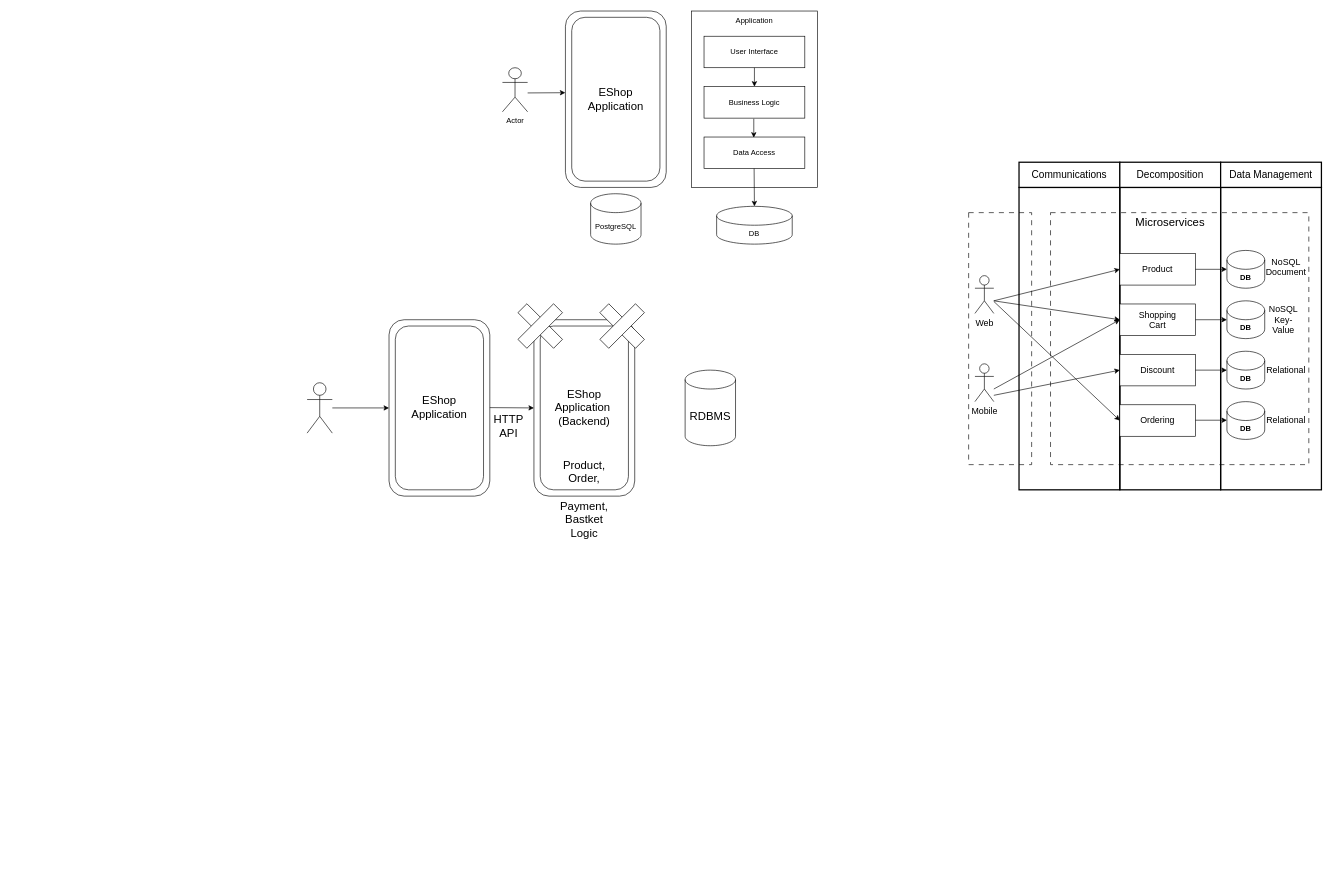
Before: Microservices.drawio in tyk1hc/drawio, a draw.io diagram. Source tidied: cells renumbered, new cells numbered last; positions are measured from the earlier drawing's top-left corner, leaving out a move shared by most shapes. Both pictures are drawn from the tidied source at 63%, with x=0, y=0 at pixel (307, 11).
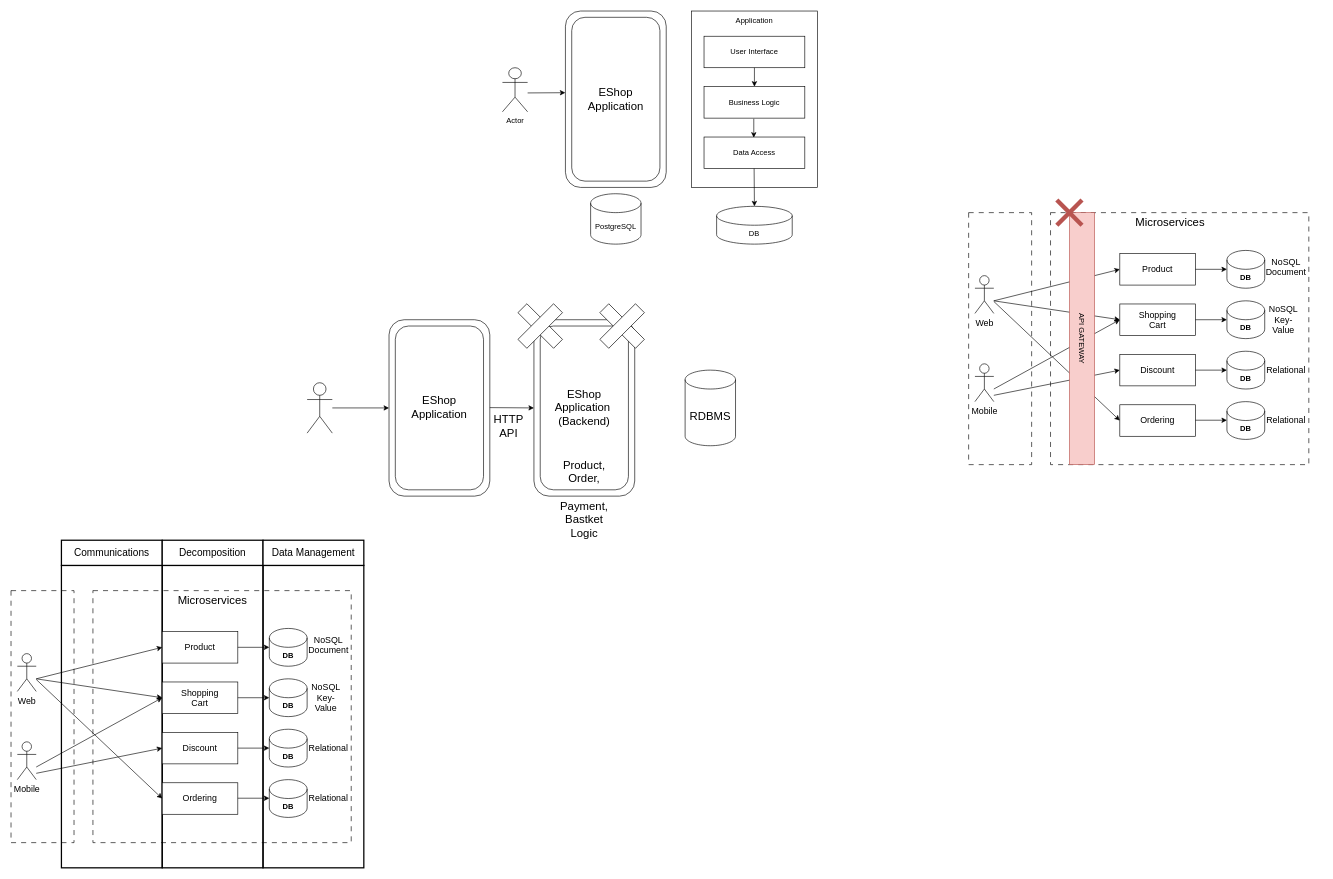
Above is the later version.

Diff of the diagram source:
```diff
@@
-    <mxCell id="30" style="rounded=0;whiteSpace=wrap;html=1;strokeWidth=2;fillColor=none;" parent="1" vertex="1">
-      <mxGeometry x="1130" y="280" width="160" height="480" as="geometry" />
-    </mxCell>
-    <mxCell id="31" style="rounded=0;whiteSpace=wrap;html=1;strokeWidth=2;fillColor=none;" parent="1" vertex="1">
-      <mxGeometry x="1290" y="280" width="160" height="480" as="geometry" />
-    </mxCell>
-    <mxCell id="32" style="rounded=0;whiteSpace=wrap;html=1;strokeWidth=2;fillColor=none;" parent="1" vertex="1">
-      <mxGeometry x="1450" y="280" width="160" height="480" as="geometry" />
-    </mxCell>
-    <mxCell id="33" value="&lt;font style=&quot;font-size: 16px;&quot;&gt;Communications&lt;/font&gt;" style="rounded=0;whiteSpace=wrap;html=1;strokeWidth=2;" parent="1" vertex="1">
-      <mxGeometry x="1130" y="240" width="160" height="40" as="geometry" />
-    </mxCell>
-    <mxCell id="34" value="&lt;font style=&quot;font-size: 16px;&quot;&gt;Decomposition&lt;/font&gt;" style="rounded=0;whiteSpace=wrap;html=1;strokeWidth=2;" parent="1" vertex="1">
-      <mxGeometry x="1290" y="240" width="160" height="40" as="geometry" />
-    </mxCell>
-    <mxCell id="35" value="&lt;font style=&quot;font-size: 16px;&quot;&gt;Data Management&lt;/font&gt;" style="rounded=0;whiteSpace=wrap;html=1;strokeWidth=2;" parent="1" vertex="1">
-      <mxGeometry x="1450" y="240" width="160" height="40" as="geometry" />
-    </mxCell>
@@
+    <mxCell id="62" style="rounded=0;whiteSpace=wrap;html=1;strokeWidth=2;fillColor=none;" parent="1" vertex="1">
+      <mxGeometry x="-390" y="880" width="160" height="480" as="geometry" />
+    </mxCell>
+    <mxCell id="63" style="rounded=0;whiteSpace=wrap;html=1;strokeWidth=2;fillColor=none;" parent="1" vertex="1">
+      <mxGeometry x="-230" y="880" width="160" height="480" as="geometry" />
+    </mxCell>
+    <mxCell id="64" style="rounded=0;whiteSpace=wrap;html=1;strokeWidth=2;fillColor=none;" parent="1" vertex="1">
+      <mxGeometry x="-70" y="880" width="160" height="480" as="geometry" />
+    </mxCell>
+    <mxCell id="33" value="&lt;font style=&quot;font-size: 16px;&quot;&gt;Communications&lt;/font&gt;" style="rounded=0;whiteSpace=wrap;html=1;strokeWidth=2;" parent="1" vertex="1">
+      <mxGeometry x="-390" y="840" width="160" height="40" as="geometry" />
+    </mxCell>
+    <mxCell id="34" value="&lt;font style=&quot;font-size: 16px;&quot;&gt;Decomposition&lt;/font&gt;" style="rounded=0;whiteSpace=wrap;html=1;strokeWidth=2;" parent="1" vertex="1">
+      <mxGeometry x="-230" y="840" width="160" height="40" as="geometry" />
+    </mxCell>
+    <mxCell id="35" value="&lt;font style=&quot;font-size: 16px;&quot;&gt;Data Management&lt;/font&gt;" style="rounded=0;whiteSpace=wrap;html=1;strokeWidth=2;" parent="1" vertex="1">
+      <mxGeometry x="-70" y="840" width="160" height="40" as="geometry" />
+    </mxCell>
+    <mxCell id="65" style="rounded=0;whiteSpace=wrap;html=1;fillColor=none;dashed=1;dashPattern=8 8;" parent="1" vertex="1">
+      <mxGeometry x="-470" y="920" width="100" height="400" as="geometry" />
+    </mxCell>
+    <mxCell id="66" value="&lt;font style=&quot;font-size: 14px;&quot;&gt;Web&lt;/font&gt;" style="shape=umlActor;verticalLabelPosition=bottom;verticalAlign=top;html=1;" parent="1" vertex="1">
+      <mxGeometry x="-460" y="1020" width="30" height="60" as="geometry" />
+    </mxCell>
+    <mxCell id="67" value="&lt;font style=&quot;font-size: 14px;&quot;&gt;Mobile&lt;/font&gt;" style="shape=umlActor;verticalLabelPosition=bottom;verticalAlign=top;html=1;" parent="1" vertex="1">
+      <mxGeometry x="-460" y="1160" width="30" height="60" as="geometry" />
+    </mxCell>
+    <mxCell id="68" style="rounded=0;whiteSpace=wrap;html=1;fillColor=none;dashed=1;dashPattern=8 8;strokeWidth=1;" parent="1" vertex="1">
+      <mxGeometry x="-340" y="920" width="410" height="400" as="geometry" />
+    </mxCell>
+    <mxCell id="69" value="&lt;font style=&quot;font-size: 18px;&quot;&gt;Microservices&lt;/font&gt;" style="text;html=1;whiteSpace=wrap;strokeColor=none;fillColor=none;align=center;verticalAlign=middle;rounded=0;" parent="1" vertex="1">
+      <mxGeometry x="-230" y="920" width="160" height="30" as="geometry" />
+    </mxCell>
+    <mxCell id="70" value="&lt;font style=&quot;font-size: 14px;&quot;&gt;Product&lt;/font&gt;" style="rounded=0;whiteSpace=wrap;html=1;" parent="1" vertex="1">
+      <mxGeometry x="-230" y="985" width="120" height="50" as="geometry" />
+    </mxCell>
+    <mxCell id="71" value="&lt;div&gt;&lt;font style=&quot;font-size: 14px;&quot;&gt;Shopping&lt;/font&gt;&lt;/div&gt;&lt;div&gt;&lt;font style=&quot;font-size: 14px;&quot;&gt;Cart&lt;/font&gt;&lt;/div&gt;" style="rounded=0;whiteSpace=wrap;html=1;" parent="1" vertex="1">
+      <mxGeometry x="-230" y="1065" width="120" height="50" as="geometry" />
+    </mxCell>
+    <mxCell id="72" value="&lt;font style=&quot;font-size: 14px;&quot;&gt;Discount&lt;/font&gt;" style="rounded=0;whiteSpace=wrap;html=1;" parent="1" vertex="1">
+      <mxGeometry x="-230" y="1145" width="120" height="50" as="geometry" />
+    </mxCell>
+    <mxCell id="73" value="&lt;font style=&quot;font-size: 14px;&quot;&gt;Ordering&lt;/font&gt;" style="rounded=0;whiteSpace=wrap;html=1;" parent="1" vertex="1">
+      <mxGeometry x="-230" y="1225" width="120" height="50" as="geometry" />
+    </mxCell>
+    <mxCell id="74" value="&lt;b&gt;DB&lt;/b&gt;" style="shape=cylinder3;whiteSpace=wrap;html=1;boundedLbl=1;backgroundOutline=1;size=15;" parent="1" vertex="1">
+      <mxGeometry x="-60" y="980" width="60" height="60" as="geometry" />
+    </mxCell>
+    <mxCell id="75" value="&lt;b&gt;DB&lt;/b&gt;" style="shape=cylinder3;whiteSpace=wrap;html=1;boundedLbl=1;backgroundOutline=1;size=15;" parent="1" vertex="1">
+      <mxGeometry x="-60" y="1060" width="60" height="60" as="geometry" />
+    </mxCell>
+    <mxCell id="76" value="&lt;b&gt;DB&lt;/b&gt;" style="shape=cylinder3;whiteSpace=wrap;html=1;boundedLbl=1;backgroundOutline=1;size=15;" parent="1" vertex="1">
+      <mxGeometry x="-60" y="1140" width="60" height="60" as="geometry" />
+    </mxCell>
+    <mxCell id="77" value="&lt;b&gt;DB&lt;/b&gt;" style="shape=cylinder3;whiteSpace=wrap;html=1;boundedLbl=1;backgroundOutline=1;size=15;" parent="1" vertex="1">
+      <mxGeometry x="-60" y="1220" width="60" height="60" as="geometry" />
+    </mxCell>
+    <mxCell id="78" value="&lt;div&gt;&lt;font style=&quot;font-size: 14px;&quot;&gt;NoSQL&lt;/font&gt;&lt;/div&gt;&lt;div&gt;&lt;font style=&quot;font-size: 14px;&quot;&gt;Document&lt;/font&gt;&lt;/div&gt;" style="text;html=1;whiteSpace=wrap;strokeColor=none;fillColor=none;align=center;verticalAlign=middle;rounded=0;" parent="1" vertex="1">
+      <mxGeometry x="4" y="991" width="60" height="30" as="geometry" />
+    </mxCell>
+    <mxCell id="79" value="&lt;div&gt;&lt;font style=&quot;font-size: 14px;&quot;&gt;NoSQL&lt;/font&gt;&lt;/div&gt;&lt;div&gt;&lt;font style=&quot;font-size: 14px;&quot;&gt;Key-Value&lt;/font&gt;&lt;/div&gt;" style="text;html=1;whiteSpace=wrap;strokeColor=none;fillColor=none;align=center;verticalAlign=middle;rounded=0;" parent="1" vertex="1">
+      <mxGeometry y="1075" width="60" height="30" as="geometry" />
+    </mxCell>
+    <mxCell id="80" value="&lt;font style=&quot;font-size: 14px;&quot;&gt;Relational&lt;/font&gt;" style="text;html=1;whiteSpace=wrap;strokeColor=none;fillColor=none;align=center;verticalAlign=middle;rounded=0;" parent="1" vertex="1">
+      <mxGeometry x="4" y="1155" width="60" height="30" as="geometry" />
+    </mxCell>
+    <mxCell id="81" value="&lt;font style=&quot;font-size: 14px;&quot;&gt;Relational&lt;/font&gt;" style="text;html=1;whiteSpace=wrap;strokeColor=none;fillColor=none;align=center;verticalAlign=middle;rounded=0;" parent="1" vertex="1">
+      <mxGeometry x="4" y="1235" width="60" height="30" as="geometry" />
+    </mxCell>
+    <mxCell id="82" style="endArrow=classic;html=1;rounded=0;entryX=0;entryY=0.5;entryDx=0;entryDy=0;" parent="1" edge="1" target="70">
+      <mxGeometry relative="1" as="geometry">
+        <mxPoint x="-430" y="1060" as="sourcePoint" />
+      </mxGeometry>
+    </mxCell>
+    <mxCell id="83" style="endArrow=classic;html=1;rounded=0;entryX=0;entryY=0.5;entryDx=0;entryDy=0;" parent="1" edge="1" target="71">
+      <mxGeometry relative="1" as="geometry">
+        <mxPoint x="-430" y="1060" as="sourcePoint" />
+      </mxGeometry>
+    </mxCell>
+    <mxCell id="84" style="endArrow=classic;html=1;rounded=0;entryX=0;entryY=0.5;entryDx=0;entryDy=0;" parent="1" edge="1" target="71">
+      <mxGeometry relative="1" as="geometry">
+        <mxPoint x="-430" y="1200" as="sourcePoint" />
+      </mxGeometry>
+    </mxCell>
+    <mxCell id="85" style="endArrow=classic;html=1;rounded=0;entryX=0;entryY=0.5;entryDx=0;entryDy=0;" parent="1" edge="1" target="72">
+      <mxGeometry relative="1" as="geometry">
+        <mxPoint x="-430" y="1210" as="sourcePoint" />
+      </mxGeometry>
+    </mxCell>
+    <mxCell id="86" style="endArrow=classic;html=1;rounded=0;entryX=0;entryY=0.5;entryDx=0;entryDy=0;" parent="1" edge="1" target="73">
+      <mxGeometry relative="1" as="geometry">
+        <mxPoint x="-430" y="1061" as="sourcePoint" />
+      </mxGeometry>
+    </mxCell>
+    <mxCell id="87" style="endArrow=classic;html=1;rounded=0;entryX=0;entryY=0.5;entryDx=0;entryDy=0;entryPerimeter=0;" parent="1" edge="1" target="74">
+      <mxGeometry relative="1" as="geometry">
+        <mxPoint x="-110" y="1010" as="sourcePoint" />
+      </mxGeometry>
+    </mxCell>
+    <mxCell id="88" style="endArrow=classic;html=1;rounded=0;entryX=0;entryY=0.5;entryDx=0;entryDy=0;entryPerimeter=0;" parent="1" edge="1">
+      <mxGeometry relative="1" as="geometry">
+        <mxPoint x="-110" y="1090" as="sourcePoint" />
+        <mxPoint x="-60" y="1090" as="targetPoint" />
+      </mxGeometry>
+    </mxCell>
+    <mxCell id="89" style="endArrow=classic;html=1;rounded=0;entryX=0;entryY=0.5;entryDx=0;entryDy=0;entryPerimeter=0;" parent="1" edge="1">
+      <mxGeometry relative="1" as="geometry">
+        <mxPoint x="-110" y="1170" as="sourcePoint" />
+        <mxPoint x="-60" y="1170" as="targetPoint" />
+      </mxGeometry>
+    </mxCell>
+    <mxCell id="90" style="endArrow=classic;html=1;rounded=0;entryX=0;entryY=0.5;entryDx=0;entryDy=0;entryPerimeter=0;" parent="1" edge="1">
+      <mxGeometry relative="1" as="geometry">
+        <mxPoint x="-110" y="1249.5" as="sourcePoint" />
+        <mxPoint x="-60" y="1249.5" as="targetPoint" />
+      </mxGeometry>
+    </mxCell>
+    <mxCell id="91" value="API GATEWAY" style="rounded=0;whiteSpace=wrap;html=1;rotation=90;fillColor=#f8cecc;strokeColor=#b85450;" parent="1" vertex="1">
+      <mxGeometry x="1030" y="500" width="400" height="40" as="geometry" />
+    </mxCell>
+    <mxCell id="92" style="endArrow=none;html=1;rounded=0;strokeWidth=7;fillColor=#f8cecc;strokeColor=#b85450;" parent="1" edge="1">
+      <mxGeometry relative="1" as="geometry">
+        <mxPoint x="1190" y="340" as="sourcePoint" />
+        <mxPoint x="1230" y="300" as="targetPoint" />
+      </mxGeometry>
+    </mxCell>
+    <mxCell id="93" style="endArrow=none;html=1;rounded=0;strokeWidth=7;fillColor=#f8cecc;strokeColor=#b85450;" parent="1" edge="1">
+      <mxGeometry relative="1" as="geometry">
+        <mxPoint x="1230" y="340" as="sourcePoint" />
+        <mxPoint x="1190" y="300" as="targetPoint" />
+      </mxGeometry>
+    </mxCell>
```
